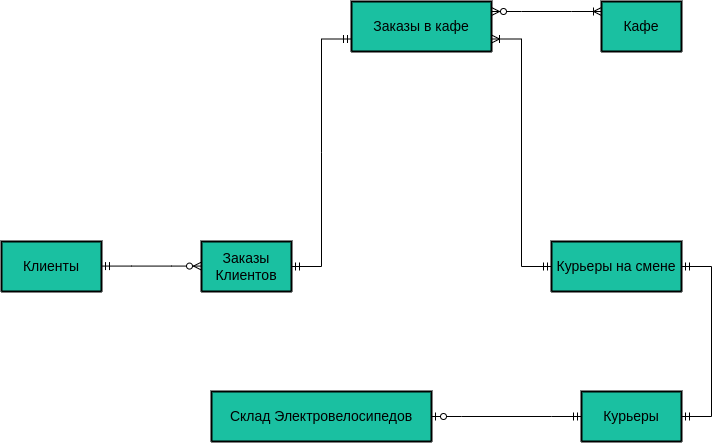
Earlier version of the draw.io export Delivery_DB_Project/Conceptual_model/Conceptual.png (fl4cko11/Data_Bases_MIPT). Source tidied: cells renumbered, new cells last; positions are measured from the earlier drawing's top-left corner, leaving out a move shared by most shapes. The source it was exported from:
```xml
<mxGraphModel>
  <root>
    <mxCell id="0" />
    <mxCell id="1" parent="0" />
    <mxCell id="2" value="Клиенты" style="swimlane;horizontal=1;startSize=50;rounded=1;fontSize=14;fontStyle=0;strokeWidth=2;shadow=0;dashed=0;align=center;arcSize=4;whiteSpace=wrap;html=1;fillColor=light-dark(#1AC0A1,var(--ge-dark-color, #121212));" parent="1" vertex="1" collapsed="1">
      <mxGeometry y="240" width="100" height="50" as="geometry" />
    </mxCell>
    <mxCell id="3" value="Заказы Клиентов" style="swimlane;horizontal=1;startSize=50;rounded=1;fontSize=14;fontStyle=0;strokeWidth=2;shadow=0;dashed=0;align=center;arcSize=4;whiteSpace=wrap;html=1;fillColor=light-dark(#1AC0A1,var(--ge-dark-color, #121212));" parent="1" vertex="1" collapsed="1">
      <mxGeometry x="200" y="240" width="90" height="50" as="geometry" />
    </mxCell>
    <mxCell id="4" value="Кафе" style="swimlane;horizontal=1;startSize=50;rounded=1;fontSize=14;fontStyle=0;strokeWidth=2;shadow=0;dashed=0;align=center;arcSize=4;whiteSpace=wrap;html=1;fillColor=light-dark(#1AC0A1,var(--ge-dark-color, #121212));" parent="1" vertex="1" collapsed="1">
      <mxGeometry x="600" width="80" height="50" as="geometry" />
    </mxCell>
    <mxCell id="5" value="Курьеры на смене" style="swimlane;horizontal=1;startSize=50;rounded=1;fontSize=14;fontStyle=0;strokeWidth=2;shadow=0;dashed=0;align=center;arcSize=4;whiteSpace=wrap;html=1;fillColor=light-dark(#1AC0A1,var(--ge-dark-color, #121212));" parent="1" vertex="1" collapsed="1">
      <mxGeometry x="550" y="240" width="130" height="50" as="geometry" />
    </mxCell>
    <mxCell id="6" value="Заказы в кафе" style="swimlane;horizontal=1;startSize=50;rounded=1;fontSize=14;fontStyle=0;strokeWidth=2;shadow=0;dashed=0;align=center;arcSize=4;whiteSpace=wrap;html=1;fillColor=light-dark(#1AC0A1,var(--ge-dark-color, #121212));" parent="1" vertex="1" collapsed="1">
      <mxGeometry x="350" width="140" height="50" as="geometry" />
    </mxCell>
    <mxCell id="7" value="Курьеры" style="swimlane;horizontal=1;startSize=50;rounded=1;fontSize=14;fontStyle=0;strokeWidth=2;shadow=0;dashed=0;align=center;arcSize=4;whiteSpace=wrap;html=1;fillColor=light-dark(#1AC0A1,var(--ge-dark-color, #121212));" parent="1" vertex="1" collapsed="1">
      <mxGeometry x="580" y="390" width="100" height="50" as="geometry" />
    </mxCell>
    <mxCell id="8" style="edgeStyle=entityRelationEdgeStyle;fontSize=12;html=1;endArrow=ERmandOne;startArrow=ERmandOne;rounded=0;entryX=1;entryY=0.5;entryDx=0;entryDy=0;exitX=1;exitY=0.5;exitDx=0;exitDy=0;" parent="1" edge="1" source="7" target="5">
      <mxGeometry relative="1" as="geometry" />
    </mxCell>
    <mxCell id="9" style="edgeStyle=entityRelationEdgeStyle;fontSize=12;html=1;endArrow=ERzeroToMany;startArrow=ERmandOne;rounded=0;entryX=0;entryY=0;entryDx=0;entryDy=0;exitX=1;exitY=0;exitDx=0;exitDy=0;" parent="1" edge="1">
      <mxGeometry relative="1" as="geometry">
        <mxPoint x="100" y="264.6" as="sourcePoint" />
        <mxPoint x="200" y="264.6" as="targetPoint" />
      </mxGeometry>
    </mxCell>
    <mxCell id="10" value="Склад Электровелосипедов" style="swimlane;horizontal=1;startSize=50;rounded=1;fontSize=14;fontStyle=0;strokeWidth=2;shadow=0;dashed=0;align=center;arcSize=4;whiteSpace=wrap;html=1;fillColor=light-dark(#1AC0A1,var(--ge-dark-color, #121212));" parent="1" vertex="1" collapsed="1">
      <mxGeometry x="210" y="390" width="220" height="50" as="geometry" />
    </mxCell>
    <mxCell id="11" style="edgeStyle=entityRelationEdgeStyle;fontSize=12;html=1;endArrow=ERoneToMany;startArrow=ERzeroToMany;rounded=0;entryX=0;entryY=0;entryDx=0;entryDy=0;exitX=1;exitY=0;exitDx=0;exitDy=0;" parent="1" edge="1">
      <mxGeometry relative="1" as="geometry">
        <mxPoint x="490" y="10" as="sourcePoint" />
        <mxPoint x="600" y="10" as="targetPoint" />
      </mxGeometry>
    </mxCell>
    <mxCell id="12" style="edgeStyle=entityRelationEdgeStyle;fontSize=12;html=1;endArrow=ERzeroToOne;startArrow=ERmandOne;rounded=0;exitX=0;exitY=0.5;exitDx=0;exitDy=0;entryX=1;entryY=0.5;entryDx=0;entryDy=0;" parent="1" edge="1" source="7" target="10">
      <mxGeometry relative="1" as="geometry" />
    </mxCell>
  </root>
</mxGraphModel>
```
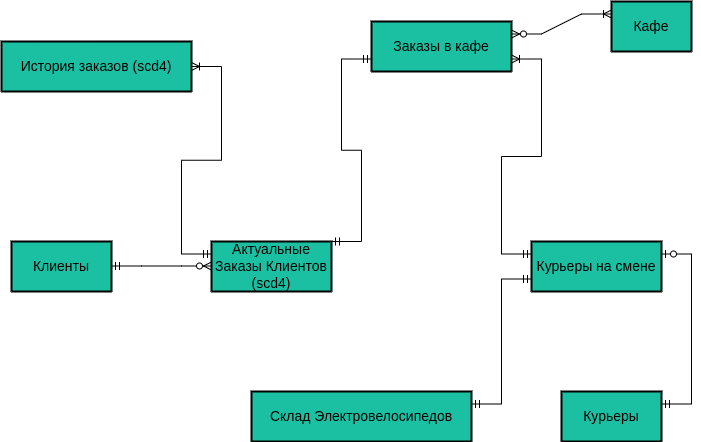
The same diagram one commit later.

Change to the diagram source:
```diff
@@ -5,41 +5,41 @@
     <mxCell id="2" value="Клиенты" style="swimlane;horizontal=1;startSize=50;rounded=1;fontSize=14;fontStyle=0;strokeWidth=2;shadow=0;dashed=0;align=center;arcSize=4;whiteSpace=wrap;html=1;fillColor=light-dark(#1AC0A1,var(--ge-dark-color, #121212));" parent="1" vertex="1" collapsed="1">
       <mxGeometry y="240" width="100" height="50" as="geometry" />
     </mxCell>
-    <mxCell id="3" value="Заказы Клиентов" style="swimlane;horizontal=1;startSize=50;rounded=1;fontSize=14;fontStyle=0;strokeWidth=2;shadow=0;dashed=0;align=center;arcSize=4;whiteSpace=wrap;html=1;fillColor=light-dark(#1AC0A1,var(--ge-dark-color, #121212));" parent="1" vertex="1" collapsed="1">
-      <mxGeometry x="200" y="240" width="90" height="50" as="geometry" />
-    </mxCell>
+    <mxCell id="13" value="Актуальные Заказы Клиентов (scd4)" style="swimlane;horizontal=1;startSize=50;rounded=1;fontSize=14;fontStyle=0;strokeWidth=2;shadow=0;dashed=0;align=center;arcSize=4;whiteSpace=wrap;html=1;fillColor=light-dark(#1AC0A1,var(--ge-dark-color, #121212));" parent="1" vertex="1" collapsed="1">
+      <mxGeometry x="200" y="240" width="120" height="50" as="geometry" />
+    </mxCell>
     <mxCell id="4" value="Кафе" style="swimlane;horizontal=1;startSize=50;rounded=1;fontSize=14;fontStyle=0;strokeWidth=2;shadow=0;dashed=0;align=center;arcSize=4;whiteSpace=wrap;html=1;fillColor=light-dark(#1AC0A1,var(--ge-dark-color, #121212));" parent="1" vertex="1" collapsed="1">
       <mxGeometry x="600" width="80" height="50" as="geometry" />
     </mxCell>
     <mxCell id="5" value="Курьеры на смене" style="swimlane;horizontal=1;startSize=50;rounded=1;fontSize=14;fontStyle=0;strokeWidth=2;shadow=0;dashed=0;align=center;arcSize=4;whiteSpace=wrap;html=1;fillColor=light-dark(#1AC0A1,var(--ge-dark-color, #121212));" parent="1" vertex="1" collapsed="1">
-      <mxGeometry x="550" y="240" width="130" height="50" as="geometry" />
+      <mxGeometry x="520" y="240" width="130" height="50" as="geometry" />
     </mxCell>
     <mxCell id="6" value="Заказы в кафе" style="swimlane;horizontal=1;startSize=50;rounded=1;fontSize=14;fontStyle=0;strokeWidth=2;shadow=0;dashed=0;align=center;arcSize=4;whiteSpace=wrap;html=1;fillColor=light-dark(#1AC0A1,var(--ge-dark-color, #121212));" parent="1" vertex="1" collapsed="1">
-      <mxGeometry x="350" width="140" height="50" as="geometry" />
+      <mxGeometry x="360" y="20" width="140" height="50" as="geometry" />
     </mxCell>
     <mxCell id="7" value="Курьеры" style="swimlane;horizontal=1;startSize=50;rounded=1;fontSize=14;fontStyle=0;strokeWidth=2;shadow=0;dashed=0;align=center;arcSize=4;whiteSpace=wrap;html=1;fillColor=light-dark(#1AC0A1,var(--ge-dark-color, #121212));" parent="1" vertex="1" collapsed="1">
-      <mxGeometry x="580" y="390" width="100" height="50" as="geometry" />
+      <mxGeometry x="550" y="390" width="100" height="50" as="geometry" />
     </mxCell>
-    <mxCell id="8" style="edgeStyle=entityRelationEdgeStyle;fontSize=12;html=1;endArrow=ERmandOne;startArrow=ERmandOne;rounded=0;entryX=1;entryY=0.5;entryDx=0;entryDy=0;exitX=1;exitY=0.5;exitDx=0;exitDy=0;" parent="1" edge="1" source="7" target="5">
+    <mxCell id="8" style="edgeStyle=entityRelationEdgeStyle;fontSize=12;html=1;endArrow=ERzeroToOne;startArrow=ERmandOne;rounded=0;entryX=1;entryY=0.25;entryDx=0;entryDy=0;exitX=1;exitY=0.25;exitDx=0;exitDy=0;" parent="1" edge="1" source="7" target="5">
       <mxGeometry relative="1" as="geometry" />
     </mxCell>
-    <mxCell id="9" style="edgeStyle=entityRelationEdgeStyle;fontSize=12;html=1;endArrow=ERzeroToMany;startArrow=ERmandOne;rounded=0;entryX=0;entryY=0;entryDx=0;entryDy=0;exitX=1;exitY=0;exitDx=0;exitDy=0;" parent="1" edge="1">
-      <mxGeometry relative="1" as="geometry">
-        <mxPoint x="100" y="264.6" as="sourcePoint" />
-        <mxPoint x="200" y="264.6" as="targetPoint" />
-      </mxGeometry>
-    </mxCell>
+    <mxCell id="14" style="edgeStyle=entityRelationEdgeStyle;fontSize=12;html=1;endArrow=ERzeroToMany;startArrow=ERmandOne;rounded=0;entryX=0;entryY=0;entryDx=0;entryDy=0;exitX=1;exitY=0;exitDx=0;exitDy=0;" parent="1" edge="1">
+      <mxGeometry relative="1" as="geometry">
+        <mxPoint x="100" y="264.5" as="sourcePoint" />
+        <mxPoint x="200" y="264.5" as="targetPoint" />
+      </mxGeometry>
+    </mxCell>
     <mxCell id="10" value="Склад Электровелосипедов" style="swimlane;horizontal=1;startSize=50;rounded=1;fontSize=14;fontStyle=0;strokeWidth=2;shadow=0;dashed=0;align=center;arcSize=4;whiteSpace=wrap;html=1;fillColor=light-dark(#1AC0A1,var(--ge-dark-color, #121212));" parent="1" vertex="1" collapsed="1">
-      <mxGeometry x="210" y="390" width="220" height="50" as="geometry" />
+      <mxGeometry x="240" y="390" width="220" height="50" as="geometry" />
     </mxCell>
-    <mxCell id="11" style="edgeStyle=entityRelationEdgeStyle;fontSize=12;html=1;endArrow=ERoneToMany;startArrow=ERzeroToMany;rounded=0;entryX=0;entryY=0;entryDx=0;entryDy=0;exitX=1;exitY=0;exitDx=0;exitDy=0;" parent="1" edge="1">
-      <mxGeometry relative="1" as="geometry">
-        <mxPoint x="490" y="10" as="sourcePoint" />
-        <mxPoint x="600" y="10" as="targetPoint" />
-      </mxGeometry>
-    </mxCell>
-    <mxCell id="12" style="edgeStyle=entityRelationEdgeStyle;fontSize=12;html=1;endArrow=ERzeroToOne;startArrow=ERmandOne;rounded=0;exitX=0;exitY=0.5;exitDx=0;exitDy=0;entryX=1;entryY=0.5;entryDx=0;entryDy=0;" parent="1" edge="1" source="7" target="10">
-      <mxGeometry relative="1" as="geometry" />
-    </mxCell>
+    <mxCell id="15" style="edgeStyle=entityRelationEdgeStyle;fontSize=12;html=1;endArrow=ERoneToMany;startArrow=ERzeroToMany;rounded=0;entryX=0;entryY=0.25;entryDx=0;entryDy=0;exitX=1;exitY=0.25;exitDx=0;exitDy=0;" parent="1" edge="1" source="6" target="4">
+      <mxGeometry relative="1" as="geometry" />
+    </mxCell>
+    <mxCell id="16" value="История заказов (scd4)" style="swimlane;horizontal=1;startSize=50;rounded=1;fontSize=14;fontStyle=0;strokeWidth=2;shadow=0;dashed=0;align=center;arcSize=4;whiteSpace=wrap;html=1;fillColor=light-dark(#1AC0A1,var(--ge-dark-color, #121212));" parent="1" vertex="1" collapsed="1">
+      <mxGeometry x="-10" y="40" width="190" height="50" as="geometry" />
+    </mxCell>
+    <mxCell id="17" style="edgeStyle=entityRelationEdgeStyle;fontSize=12;html=1;endArrow=ERoneToMany;startArrow=ERmandOne;rounded=0;entryX=1;entryY=0.5;entryDx=0;entryDy=0;exitX=0;exitY=0.25;exitDx=0;exitDy=0;" parent="1" edge="1" source="13" target="16">
+      <mxGeometry relative="1" as="geometry" />
+    </mxCell>
   </root>
 </mxGraphModel>
```
